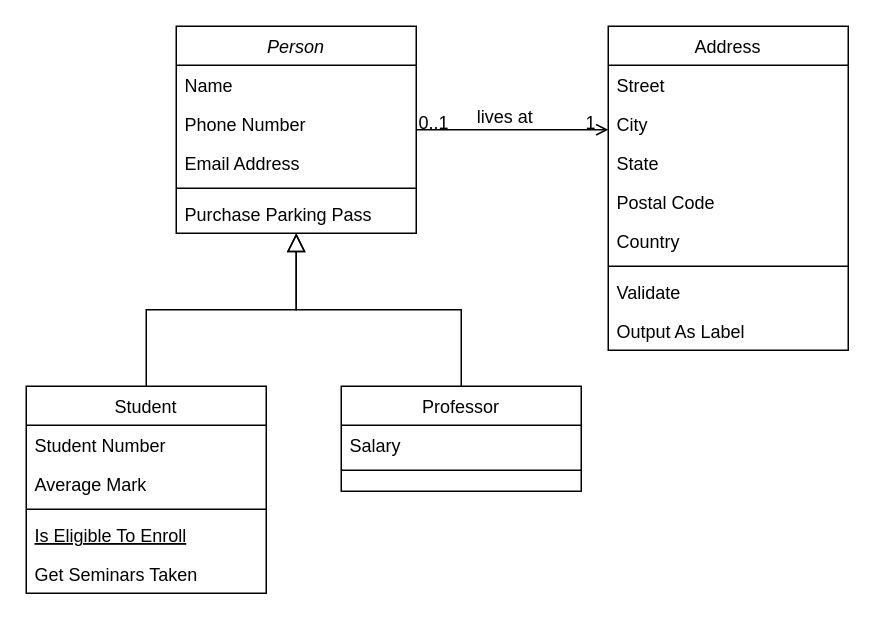
Earlier version of the draw.io diagram 名称未設定ファイル.drawio (eggchi21/zoom-by-width). Source tidied: cells renumbered, new cells numbered last; positions are measured from the earlier drawing's top-left corner, leaving out a move shared by most shapes. Both pictures are drawn from the tidied source at 150%, with x=0, y=0 at pixel (26, 26).
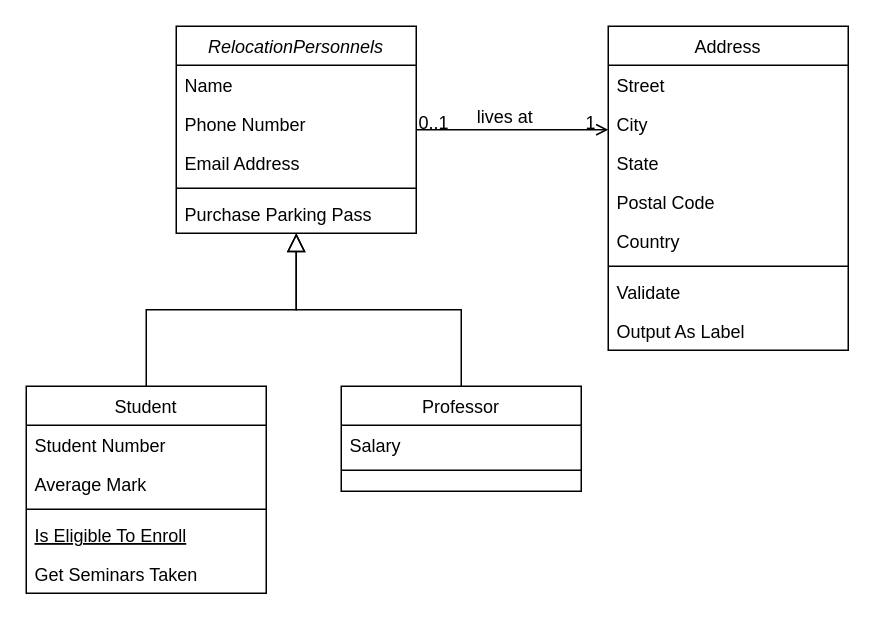
The same page after the edit.

Commit message:
名称未設定ファイル.drawio を更新します

Change to the diagram source:
```diff
@@
-    <mxCell id="2" value="Person" style="swimlane;fontStyle=2;align=center;verticalAlign=top;horizontal=1;startSize=26;rounded=0;shadow=0;strokeWidth=1;" parent="1" vertex="1">
+    <mxCell id="2" value="RelocationPersonnels" style="swimlane;fontStyle=2;align=center;verticalAlign=top;horizontal=1;startSize=26;rounded=0;shadow=0;strokeWidth=1;" parent="1" vertex="1">
       <mxGeometry x="100" width="160" height="138" as="geometry" />
     </mxCell>
```
